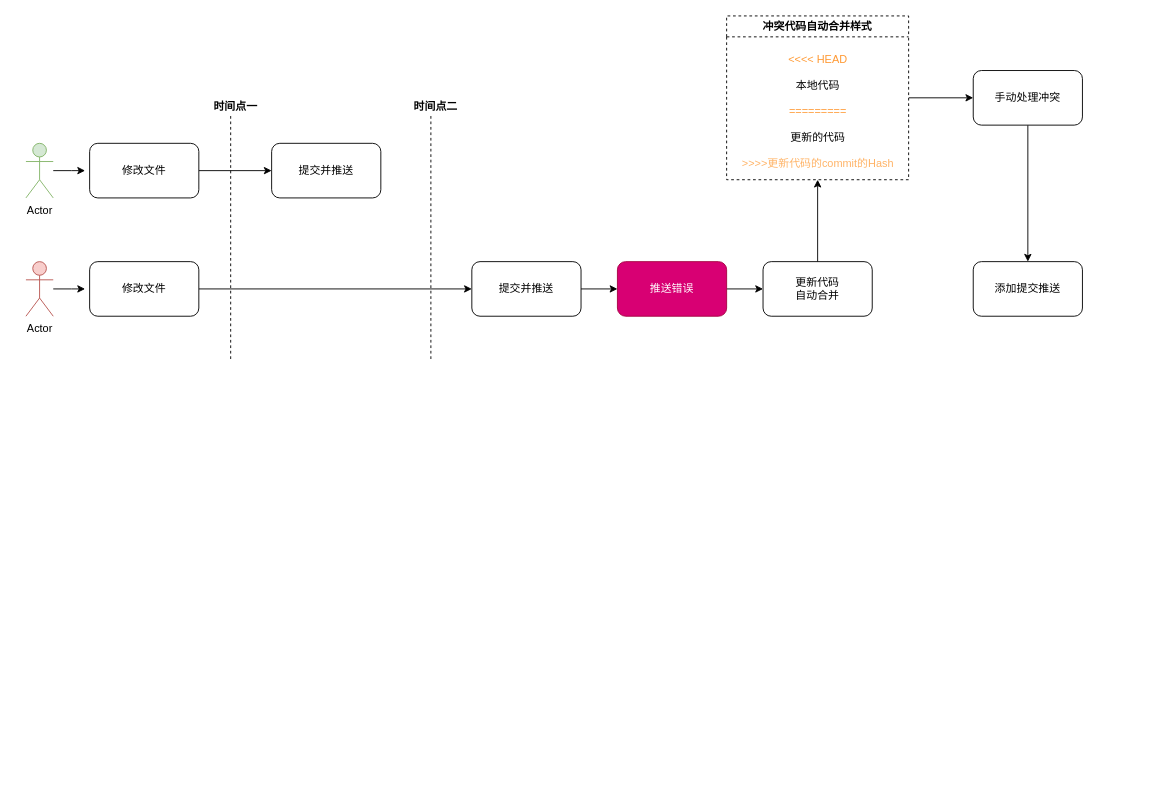
The draw.io diagram git提交文件.drawio in fxiaoyu97/Algorithm-Utils, before the edit. Source tidied: cells renumbered, new cells numbered last; positions are measured from the earlier drawing's top-left corner, leaving out a move shared by most shapes. Both pictures are drawn from the tidied source at 91%, with x=0, y=0 at pixel (25, 15).
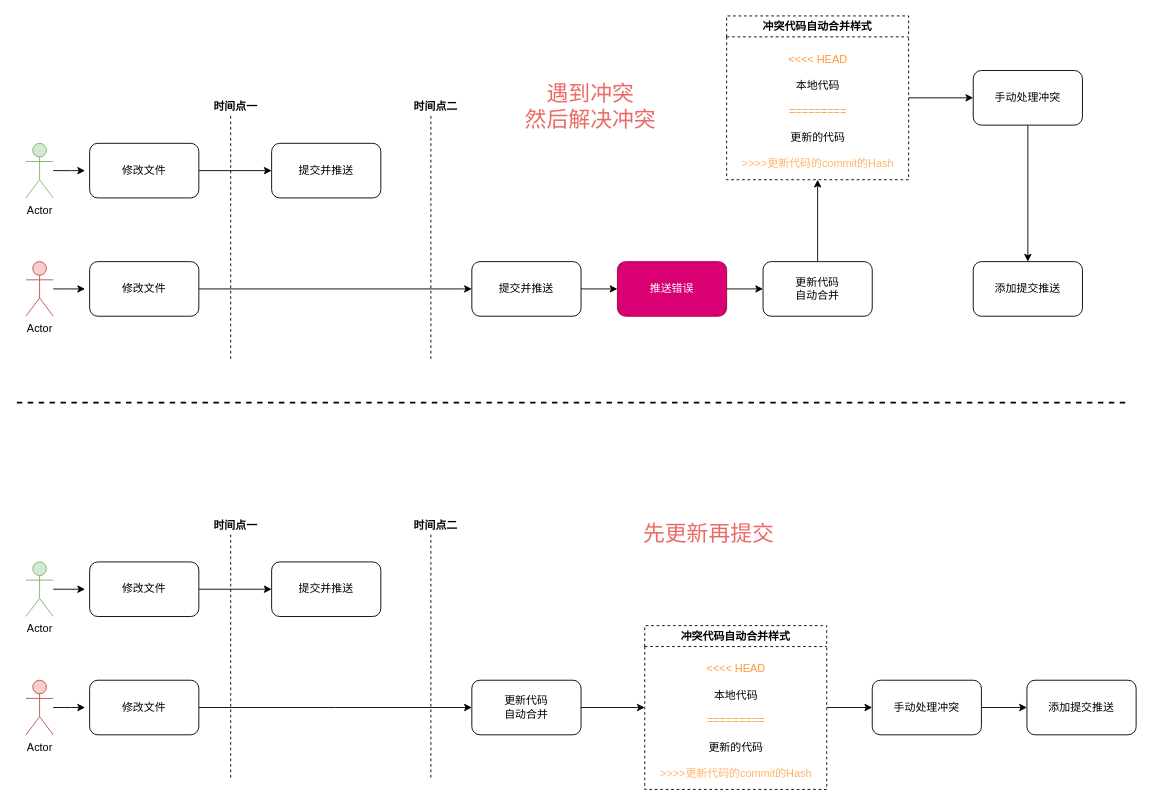
The same diagram, later.

Commit message:
更新【修改同一文件同一区域】

What changed in the source:
```diff
@@
-    <mxCell id="16" style="group;" parent="1" vertex="1">
+    <mxCell id="16" style="group;strokeWidth=1;" parent="1" vertex="1">
       <mxGeometry x="420" y="90" width="60" height="290" as="geometry" />
     </mxCell>
@@
+    <mxCell id="29" style="line;strokeWidth=2;html=1;dashed=1;fontColor=#000000;" parent="1" vertex="1">
+      <mxGeometry x="-10" y="420" width="1220" height="10" as="geometry" />
+    </mxCell>
+    <mxCell id="30" value="&lt;font color=&quot;#ea6b66&quot; style=&quot;font-size: 24px;&quot;&gt;遇到冲突&lt;br&gt;然后解决冲突&lt;/font&gt;" style="text;html=1;align=center;verticalAlign=middle;strokeColor=none;fillColor=none;fontColor=#000000;" parent="1" vertex="1">
+      <mxGeometry x="540" y="80" width="160" height="40" as="geometry" />
+    </mxCell>
+    <mxCell id="31" style="edgeStyle=orthogonalEdgeStyle;rounded=0;jettySize=auto;html=1;" parent="1" edge="1" source="32">
+      <mxGeometry relative="1" as="geometry">
+        <mxPoint x="65" y="630" as="targetPoint" />
+      </mxGeometry>
+    </mxCell>
+    <mxCell id="32" value="Actor" style="shape=umlActor;verticalLabelPosition=bottom;verticalAlign=top;html=1;outlineConnect=0;fillColor=#d5e8d4;strokeColor=#82b366;" parent="1" vertex="1">
+      <mxGeometry y="600" width="30" height="60" as="geometry" />
+    </mxCell>
+    <mxCell id="33" style="edgeStyle=orthogonalEdgeStyle;rounded=0;jettySize=auto;html=1;" parent="1" edge="1" source="34" target="35">
+      <mxGeometry relative="1" as="geometry" />
+    </mxCell>
+    <mxCell id="34" value="修改文件" style="rounded=1;whiteSpace=wrap;html=1;" parent="1" vertex="1">
+      <mxGeometry x="70" y="600" width="120" height="60" as="geometry" />
+    </mxCell>
+    <mxCell id="35" value="提交并推送" style="whiteSpace=wrap;html=1;rounded=1;" parent="1" vertex="1">
+      <mxGeometry x="270" y="600" width="120" height="60" as="geometry" />
+    </mxCell>
+    <mxCell id="36" style="edgeStyle=orthogonalEdgeStyle;rounded=0;jettySize=auto;html=1;" parent="1" edge="1" source="37">
+      <mxGeometry relative="1" as="geometry">
+        <mxPoint x="65" y="760" as="targetPoint" />
+      </mxGeometry>
+    </mxCell>
+    <mxCell id="37" value="Actor" style="shape=umlActor;verticalLabelPosition=bottom;verticalAlign=top;html=1;outlineConnect=0;fillColor=#f8cecc;strokeColor=#b85450;" parent="1" vertex="1">
+      <mxGeometry y="730" width="30" height="60" as="geometry" />
+    </mxCell>
+    <mxCell id="38" style="edgeStyle=orthogonalEdgeStyle;rounded=0;jettySize=auto;html=1;" parent="1" edge="1" source="39">
+      <mxGeometry relative="1" as="geometry">
+        <mxPoint x="490" y="760" as="targetPoint" />
+      </mxGeometry>
+    </mxCell>
+    <mxCell id="39" value="修改文件" style="rounded=1;whiteSpace=wrap;html=1;" parent="1" vertex="1">
+      <mxGeometry x="70" y="730" width="120" height="60" as="geometry" />
+    </mxCell>
+    <mxCell id="40" style="group;" parent="1" vertex="1">
+      <mxGeometry x="200" y="550" width="60" height="290" as="geometry" />
+    </mxCell>
+    <mxCell id="41" style="line;strokeWidth=1;direction=south;html=1;dashed=1;" parent="40" vertex="1">
+      <mxGeometry x="20" y="20" width="10" height="270" as="geometry" />
+    </mxCell>
+    <mxCell id="42" value="&lt;b&gt;时间点一&lt;/b&gt;" style="text;html=1;align=center;verticalAlign=middle;strokeColor=none;fillColor=none;" parent="40" vertex="1">
+      <mxGeometry width="60" height="20" as="geometry" />
+    </mxCell>
+    <mxCell id="43" style="group;" parent="1" vertex="1">
+      <mxGeometry x="420" y="550" width="60" height="290" as="geometry" />
+    </mxCell>
+    <mxCell id="44" style="line;strokeWidth=1;direction=south;html=1;dashed=1;" parent="43" vertex="1">
+      <mxGeometry x="20" y="20" width="10" height="270" as="geometry" />
+    </mxCell>
+    <mxCell id="45" value="&lt;b&gt;时间点二&lt;br&gt;&lt;/b&gt;" style="text;html=1;align=center;verticalAlign=middle;strokeColor=none;fillColor=none;" parent="43" vertex="1">
+      <mxGeometry width="60" height="20" as="geometry" />
+    </mxCell>
+    <mxCell id="46" style="edgeStyle=orthogonalEdgeStyle;rounded=0;jettySize=auto;html=1;fontSize=24;fontColor=#EA6B66;entryX=0;entryY=0.5;entryDx=0;entryDy=0;" parent="1" edge="1" source="47" target="49">
+      <mxGeometry relative="1" as="geometry" />
+    </mxCell>
+    <mxCell id="47" value="更新代码&lt;br&gt;自动合并" style="whiteSpace=wrap;html=1;rounded=1;" parent="1" vertex="1">
+      <mxGeometry x="490" y="730" width="120" height="60" as="geometry" />
+    </mxCell>
+    <mxCell id="48" style="edgeStyle=orthogonalEdgeStyle;rounded=0;jettySize=auto;html=1;fontColor=#000000;" parent="1" edge="1" source="49" target="52">
+      <mxGeometry relative="1" as="geometry" />
+    </mxCell>
+    <mxCell id="49" value="冲突代码自动合并样式" style="swimlane;dashed=1;fontColor=#000000;strokeWidth=1;swimlaneFillColor=default;" parent="1" vertex="1">
+      <mxGeometry x="680" y="670" width="200" height="180" as="geometry" />
+    </mxCell>
+    <mxCell id="50" value="&lt;font style=&quot;&quot; color=&quot;#ff9933&quot;&gt;&amp;lt;&amp;lt;&amp;lt;&amp;lt; HEAD&lt;br&gt;&lt;/font&gt;&lt;br style=&quot;color: rgb(0, 0, 0);&quot;&gt;&lt;span style=&quot;color: rgb(0, 0, 0);&quot;&gt;本地代码&lt;br&gt;&lt;/span&gt;&lt;br style=&quot;color: rgb(0, 0, 0);&quot;&gt;&lt;font style=&quot;&quot; color=&quot;#ff9933&quot;&gt;=========&lt;br&gt;&lt;/font&gt;&lt;br style=&quot;color: rgb(0, 0, 0);&quot;&gt;&lt;span style=&quot;color: rgb(0, 0, 0);&quot;&gt;更新的代码&lt;br&gt;&lt;/span&gt;&lt;br style=&quot;color: rgb(0, 0, 0);&quot;&gt;&lt;font style=&quot;&quot; color=&quot;#ffb366&quot;&gt;&amp;gt;&amp;gt;&amp;gt;&amp;gt;更新代码的commit的Hash&lt;/font&gt;" style="text;html=1;align=center;verticalAlign=middle;strokeColor=none;fillColor=none;fontColor=#FF9933;" parent="49" vertex="1">
+      <mxGeometry x="10" y="40" width="180" height="130" as="geometry" />
+    </mxCell>
+    <mxCell id="51" style="edgeStyle=orthogonalEdgeStyle;rounded=0;jettySize=auto;html=1;fontColor=#000000;" parent="1" edge="1" source="52" target="53">
+      <mxGeometry relative="1" as="geometry" />
+    </mxCell>
+    <mxCell id="52" value="手动处理冲突" style="whiteSpace=wrap;html=1;rounded=1;" parent="1" vertex="1">
+      <mxGeometry x="930" y="730" width="120" height="60" as="geometry" />
+    </mxCell>
+    <mxCell id="53" value="添加提交推送" style="whiteSpace=wrap;html=1;rounded=1;" parent="1" vertex="1">
+      <mxGeometry x="1100" y="730" width="120" height="60" as="geometry" />
+    </mxCell>
+    <mxCell id="54" value="&lt;font color=&quot;#ea6b66&quot; style=&quot;font-size: 24px;&quot;&gt;先更新再提交&lt;br&gt;&lt;/font&gt;" style="text;html=1;align=center;verticalAlign=middle;strokeColor=none;fillColor=none;fontColor=#000000;" parent="1" vertex="1">
+      <mxGeometry x="670" y="560" width="160" height="20" as="geometry" />
+    </mxCell>
```
